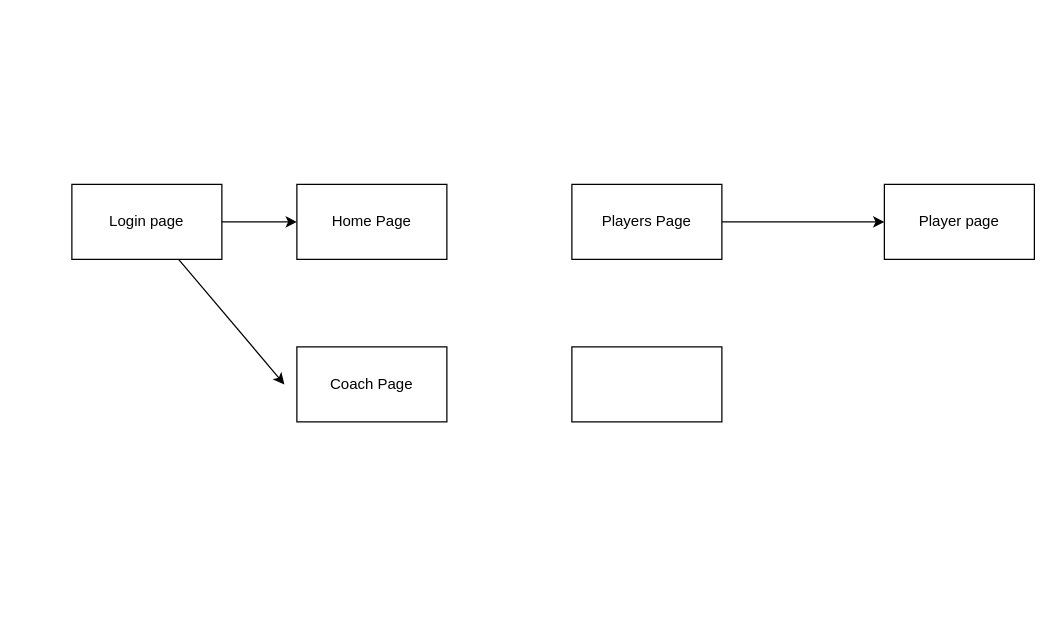
Before: page "Web Page Layout" (3 of 3) of docs/clack-lax-app.drawio in zfoteff/bardown, a draw.io diagram. Source tidied: cells renumbered, new cells numbered last; positions are measured from the earlier drawing's top-left corner, leaving out a move shared by most shapes. Both pictures are drawn from the tidied source at 125%, with x=0, y=0 at pixel (71, 184).
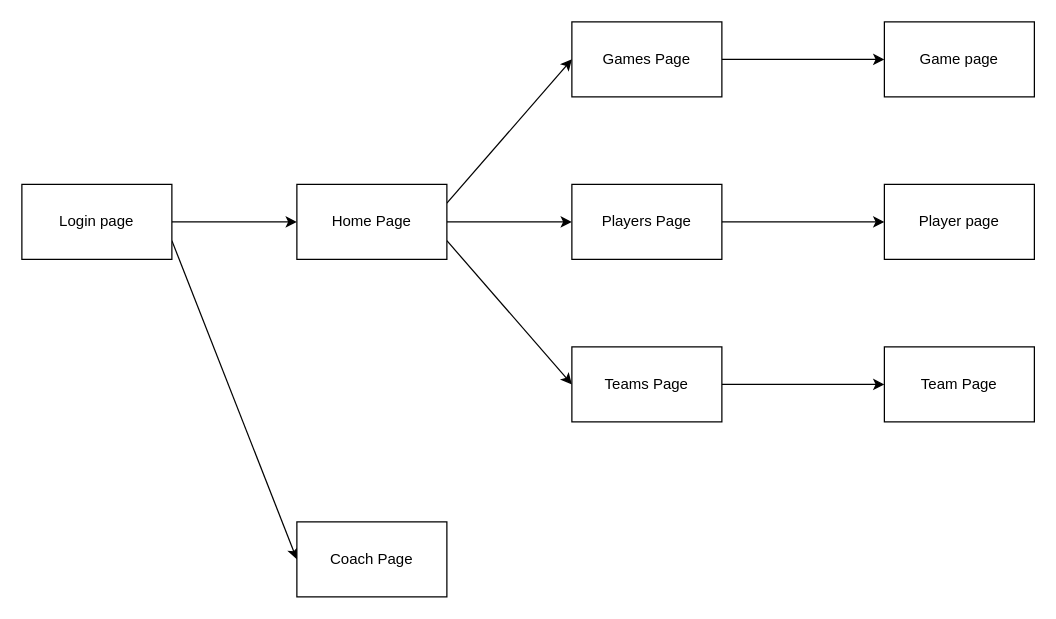
The same page after the edit.

Unchanged cells that the change refers to:
```xml
<mxCell id="5" value="Home Page" style="whiteSpace=wrap;html=1;" parent="1" vertex="1">
  <mxGeometry x="180" width="120" height="60" as="geometry" />
</mxCell>
<mxCell id="8" value="Players Page" style="whiteSpace=wrap;html=1;" parent="1" vertex="1">
  <mxGeometry x="400" width="120" height="60" as="geometry" />
</mxCell>
```

The edit, as a diff of the source:
```diff
@@
-    <mxCell id="3" style="edgeStyle=none;html=1;" parent="1" edge="1" source="4">
-      <mxGeometry relative="1" as="geometry">
-        <mxPoint x="170" y="160" as="targetPoint" />
-      </mxGeometry>
+    <mxCell id="3" style="edgeStyle=none;html=1;entryX=0;entryY=0.5;entryDx=0;entryDy=0;exitX=1;exitY=0.75;exitDx=0;exitDy=0;" parent="1" edge="1" source="4" target="6">
+      <mxGeometry relative="1" as="geometry" />
     </mxCell>
     <mxCell id="4" value="Login page" style="whiteSpace=wrap;html=1;" parent="1" vertex="1">
-      <mxGeometry width="120" height="60" as="geometry" />
+      <mxGeometry x="-40" width="120" height="60" as="geometry" />
     </mxCell>
+    <mxCell id="11" style="edgeStyle=none;html=1;exitX=1;exitY=0.5;exitDx=0;exitDy=0;entryX=0;entryY=0.5;entryDx=0;entryDy=0;" parent="1" edge="1" source="5" target="8">
+      <mxGeometry relative="1" as="geometry" />
+    </mxCell>
+    <mxCell id="12" style="edgeStyle=none;html=1;entryX=0;entryY=0.5;entryDx=0;entryDy=0;exitX=1;exitY=0.75;exitDx=0;exitDy=0;" parent="1" edge="1" source="5" target="10">
+      <mxGeometry relative="1" as="geometry" />
+    </mxCell>
+    <mxCell id="13" style="edgeStyle=none;html=1;exitX=1;exitY=0.25;exitDx=0;exitDy=0;entryX=0;entryY=0.5;entryDx=0;entryDy=0;" parent="1" edge="1" source="5" target="17">
+      <mxGeometry relative="1" as="geometry" />
+    </mxCell>
@@
     <mxCell id="6" value="Coach Page" style="whiteSpace=wrap;html=1;" parent="1" vertex="1">
-      <mxGeometry x="180" y="130" width="120" height="60" as="geometry" />
+      <mxGeometry x="180" y="270" width="120" height="60" as="geometry" />
     </mxCell>
@@
+    <mxCell id="14" style="edgeStyle=none;html=1;entryX=0;entryY=0.5;entryDx=0;entryDy=0;" parent="1" edge="1" source="10" target="15">
+      <mxGeometry relative="1" as="geometry">
+        <Array as="points">
+          <mxPoint x="590" y="160" />
+        </Array>
+      </mxGeometry>
+    </mxCell>
-    <mxCell id="10" style="whiteSpace=wrap;html=1;" parent="1" vertex="1">
+    <mxCell id="10" value="Teams Page" style="whiteSpace=wrap;html=1;" parent="1" vertex="1">
       <mxGeometry x="400" y="130" width="120" height="60" as="geometry" />
     </mxCell>
+    <mxCell id="15" value="Team Page" style="whiteSpace=wrap;html=1;" parent="1" vertex="1">
+      <mxGeometry x="650" y="130" width="120" height="60" as="geometry" />
+    </mxCell>
+    <mxCell id="16" style="edgeStyle=none;html=1;entryX=0;entryY=0.5;entryDx=0;entryDy=0;" parent="1" edge="1" source="17" target="18">
+      <mxGeometry relative="1" as="geometry" />
+    </mxCell>
+    <mxCell id="17" value="Games Page" style="whiteSpace=wrap;html=1;" parent="1" vertex="1">
+      <mxGeometry x="400" y="-130" width="120" height="60" as="geometry" />
+    </mxCell>
+    <mxCell id="18" value="Game page" style="whiteSpace=wrap;html=1;" parent="1" vertex="1">
+      <mxGeometry x="650" y="-130" width="120" height="60" as="geometry" />
+    </mxCell>
```
